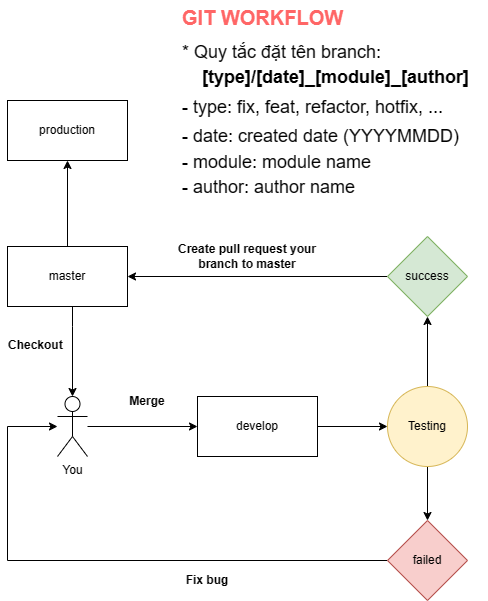
Above: assets/git_workflow.drawio.png in CuTrung/directory-structure (draw.io), before the change. Source tidied: cells renumbered, new cells last; positions are measured from the earlier drawing's top-left corner, leaving out a move shared by most shapes. The source it was exported from:
```xml
<mxGraphModel background="#ffffff">
  <root>
    <mxCell id="0" />
    <mxCell id="1" parent="0" />
    <mxCell id="2" style="edgeStyle=orthogonalEdgeStyle;rounded=0;jettySize=auto;html=1;" parent="1" edge="1" source="4" target="6">
      <mxGeometry relative="1" as="geometry">
        <Array as="points">
          <mxPoint x="65" y="316" />
          <mxPoint x="65" y="316" />
        </Array>
      </mxGeometry>
    </mxCell>
    <mxCell id="3" style="edgeStyle=orthogonalEdgeStyle;rounded=0;jettySize=auto;html=1;" parent="1" edge="1" source="4" target="17">
      <mxGeometry relative="1" as="geometry" />
    </mxCell>
    <mxCell id="4" value="master" style="rounded=0;whiteSpace=wrap;html=1;" parent="1" vertex="1">
      <mxGeometry y="236" width="120" height="60" as="geometry" />
    </mxCell>
    <mxCell id="5" style="edgeStyle=orthogonalEdgeStyle;rounded=0;jettySize=auto;html=1;" parent="1" edge="1" source="6" target="9">
      <mxGeometry relative="1" as="geometry" />
    </mxCell>
    <mxCell id="6" value="You" style="shape=umlActor;verticalLabelPosition=bottom;verticalAlign=top;html=1;outlineConnect=0;" parent="1" vertex="1">
      <mxGeometry x="50" y="386" width="30" height="60" as="geometry" />
    </mxCell>
    <mxCell id="7" value="Checkout&amp;nbsp;" style="text;html=1;strokeColor=none;fillColor=none;align=center;verticalAlign=middle;whiteSpace=wrap;rounded=0;fontStyle=1;" parent="1" vertex="1">
      <mxGeometry y="320" width="60" height="30" as="geometry" />
    </mxCell>
    <mxCell id="8" style="edgeStyle=orthogonalEdgeStyle;rounded=0;jettySize=auto;html=1;" parent="1" edge="1" source="9" target="20">
      <mxGeometry relative="1" as="geometry" />
    </mxCell>
    <mxCell id="9" value="develop" style="rounded=0;whiteSpace=wrap;html=1;" parent="1" vertex="1">
      <mxGeometry x="190" y="386" width="120" height="60" as="geometry" />
    </mxCell>
    <mxCell id="10" value="Merge" style="text;html=1;strokeColor=none;fillColor=none;align=center;verticalAlign=middle;whiteSpace=wrap;rounded=0;fontStyle=1;" parent="1" vertex="1">
      <mxGeometry x="110" y="376" width="60" height="30" as="geometry" />
    </mxCell>
    <mxCell id="11" style="edgeStyle=orthogonalEdgeStyle;rounded=0;jettySize=auto;html=1;entryX=1;entryY=0.5;entryDx=0;entryDy=0;" parent="1" edge="1" source="12" target="4">
      <mxGeometry relative="1" as="geometry" />
    </mxCell>
    <mxCell id="12" value="success" style="rhombus;whiteSpace=wrap;html=1;fillColor=#d5e8d4;strokeColor=#82b366;" parent="1" vertex="1">
      <mxGeometry x="380" y="226" width="80" height="80" as="geometry" />
    </mxCell>
    <mxCell id="13" value="Create pull request your branch to master" style="text;html=1;align=center;verticalAlign=middle;whiteSpace=wrap;rounded=0;labelBorderColor=none;strokeWidth=1;perimeterSpacing=1;spacingTop=0;shadow=0;fontStyle=1;" parent="1" vertex="1">
      <mxGeometry x="160" y="226" width="160" height="40" as="geometry" />
    </mxCell>
    <mxCell id="14" style="edgeStyle=orthogonalEdgeStyle;rounded=0;jettySize=auto;html=1;" parent="1" edge="1" source="15" target="6">
      <mxGeometry relative="1" as="geometry">
        <Array as="points">
          <mxPoint y="550" />
          <mxPoint y="416" />
        </Array>
      </mxGeometry>
    </mxCell>
    <mxCell id="15" value="failed" style="rhombus;whiteSpace=wrap;html=1;fillColor=#f8cecc;strokeColor=#b85450;" parent="1" vertex="1">
      <mxGeometry x="380" y="510" width="80" height="80" as="geometry" />
    </mxCell>
    <mxCell id="16" value="Fix bug" style="text;html=1;strokeColor=none;fillColor=none;align=center;verticalAlign=middle;whiteSpace=wrap;rounded=0;fontStyle=1;" parent="1" vertex="1">
      <mxGeometry x="120" y="550" width="160" height="40" as="geometry" />
    </mxCell>
    <mxCell id="17" value="production" style="rounded=0;whiteSpace=wrap;html=1;" parent="1" vertex="1">
      <mxGeometry y="90" width="120" height="60" as="geometry" />
    </mxCell>
    <mxCell id="18" style="edgeStyle=orthogonalEdgeStyle;rounded=0;jettySize=auto;html=1;entryX=0.5;entryY=0;entryDx=0;entryDy=0;" parent="1" edge="1" source="20" target="15">
      <mxGeometry relative="1" as="geometry" />
    </mxCell>
    <mxCell id="19" style="edgeStyle=orthogonalEdgeStyle;rounded=0;jettySize=auto;html=1;entryX=0.5;entryY=1;entryDx=0;entryDy=0;" parent="1" edge="1" source="20" target="12">
      <mxGeometry relative="1" as="geometry" />
    </mxCell>
    <mxCell id="20" value="Testing" style="ellipse;whiteSpace=wrap;html=1;fillColor=#fff2cc;strokeColor=#d6b656;" parent="1" vertex="1">
      <mxGeometry x="380" y="376" width="80" height="80" as="geometry" />
    </mxCell>
    <mxCell id="21" value="&lt;p style=&quot;line-height: 128%;&quot;&gt;&lt;/p&gt;&lt;h3 style=&quot;line-height: 70%;&quot;&gt;&lt;font color=&quot;#ff6666&quot; style=&quot;font-size: 20px;&quot;&gt;GIT WORKFLOW&lt;/font&gt;&lt;/h3&gt;&lt;div style=&quot;font-size: 18px; line-height: 140%;&quot;&gt;&lt;font style=&quot;font-size: 18px;&quot;&gt;* Quy tắc đặt tên branch:&lt;/font&gt;&lt;/div&gt;&lt;div style=&quot;font-size: 18px; line-height: 140%;&quot;&gt;&lt;font style=&quot;font-size: 18px;&quot;&gt;&lt;span style=&quot;&quot;&gt;&lt;span style=&quot;white-space: pre;&quot;&gt;&amp;nbsp;&amp;nbsp;&amp;nbsp;&amp;nbsp;&lt;/span&gt;&lt;/span&gt;&lt;b&gt;[type]/[date]_[module]_[author]&lt;/b&gt;&lt;/font&gt;&lt;/div&gt;&lt;div style=&quot;font-size: 18px; line-height: 190%;&quot;&gt;&lt;span style=&quot;background-color: initial;&quot;&gt;- type: fix, feat, refactor, hotfix, ...&lt;/span&gt;&lt;br&gt;&lt;/div&gt;&lt;div style=&quot;font-size: 18px; line-height: 140%;&quot;&gt;&lt;font style=&quot;font-size: 18px;&quot;&gt;- date: created date (YYYYMMDD)&lt;br&gt;&lt;/font&gt;&lt;/div&gt;&lt;div style=&quot;font-size: 18px; line-height: 140%;&quot;&gt;&lt;font style=&quot;font-size: 18px;&quot;&gt;- module: module name&lt;/font&gt;&lt;/div&gt;&lt;div style=&quot;font-size: 18px; line-height: 140%;&quot;&gt;&lt;font style=&quot;font-size: 18px;&quot;&gt;- author: author name&lt;/font&gt;&lt;/div&gt;&lt;div style=&quot;font-size: 18px; line-height: 140%;&quot;&gt;&lt;br&gt;&lt;/div&gt;&lt;div style=&quot;line-height: 140%;&quot;&gt;&lt;br&gt;&lt;/div&gt;&lt;p&gt;&lt;/p&gt;" style="text;html=1;strokeColor=none;fillColor=none;spacing=5;spacingTop=-20;whiteSpace=wrap;overflow=hidden;rounded=0;" parent="1" vertex="1">
      <mxGeometry x="170" width="310" height="194" as="geometry" />
    </mxCell>
  </root>
</mxGraphModel>
```
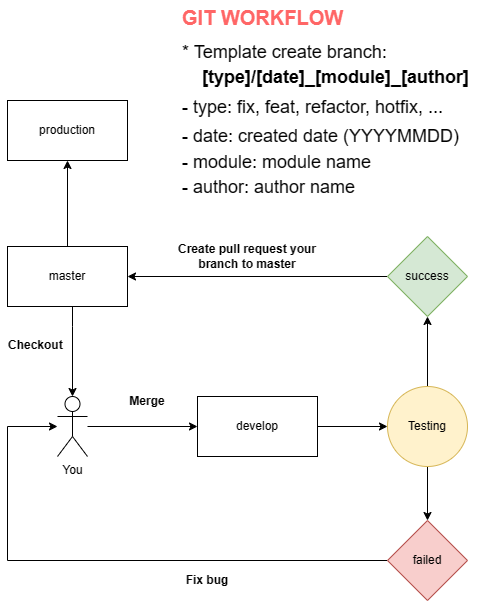
The same diagram one commit later.

Commit message:
chore: update git workflow

Change to the diagram source:
```diff
@@ -69,7 +69,7 @@
     <mxCell id="20" value="Testing" style="ellipse;whiteSpace=wrap;html=1;fillColor=#fff2cc;strokeColor=#d6b656;" parent="1" vertex="1">
       <mxGeometry x="380" y="376" width="80" height="80" as="geometry" />
     </mxCell>
-    <mxCell id="21" value="&lt;p style=&quot;line-height: 128%;&quot;&gt;&lt;/p&gt;&lt;h3 style=&quot;line-height: 70%;&quot;&gt;&lt;font color=&quot;#ff6666&quot; style=&quot;font-size: 20px;&quot;&gt;GIT WORKFLOW&lt;/font&gt;&lt;/h3&gt;&lt;div style=&quot;font-size: 18px; line-height: 140%;&quot;&gt;&lt;font style=&quot;font-size: 18px;&quot;&gt;* Quy tắc đặt tên branch:&lt;/font&gt;&lt;/div&gt;&lt;div style=&quot;font-size: 18px; line-height: 140%;&quot;&gt;&lt;font style=&quot;font-size: 18px;&quot;&gt;&lt;span style=&quot;&quot;&gt;&lt;span style=&quot;white-space: pre;&quot;&gt;&amp;nbsp;&amp;nbsp;&amp;nbsp;&amp;nbsp;&lt;/span&gt;&lt;/span&gt;&lt;b&gt;[type]/[date]_[module]_[author]&lt;/b&gt;&lt;/font&gt;&lt;/div&gt;&lt;div style=&quot;font-size: 18px; line-height: 190%;&quot;&gt;&lt;span style=&quot;background-color: initial;&quot;&gt;- type: fix, feat, refactor, hotfix, ...&lt;/span&gt;&lt;br&gt;&lt;/div&gt;&lt;div style=&quot;font-size: 18px; line-height: 140%;&quot;&gt;&lt;font style=&quot;font-size: 18px;&quot;&gt;- date: created date (YYYYMMDD)&lt;br&gt;&lt;/font&gt;&lt;/div&gt;&lt;div style=&quot;font-size: 18px; line-height: 140%;&quot;&gt;&lt;font style=&quot;font-size: 18px;&quot;&gt;- module: module name&lt;/font&gt;&lt;/div&gt;&lt;div style=&quot;font-size: 18px; line-height: 140%;&quot;&gt;&lt;font style=&quot;font-size: 18px;&quot;&gt;- author: author name&lt;/font&gt;&lt;/div&gt;&lt;div style=&quot;font-size: 18px; line-height: 140%;&quot;&gt;&lt;br&gt;&lt;/div&gt;&lt;div style=&quot;line-height: 140%;&quot;&gt;&lt;br&gt;&lt;/div&gt;&lt;p&gt;&lt;/p&gt;" style="text;html=1;strokeColor=none;fillColor=none;spacing=5;spacingTop=-20;whiteSpace=wrap;overflow=hidden;rounded=0;" parent="1" vertex="1">
+    <mxCell id="21" value="&lt;p style=&quot;line-height: 128%;&quot;&gt;&lt;/p&gt;&lt;h3 style=&quot;line-height: 70%;&quot;&gt;&lt;font color=&quot;#ff6666&quot; style=&quot;font-size: 20px;&quot;&gt;GIT WORKFLOW&lt;/font&gt;&lt;/h3&gt;&lt;div style=&quot;font-size: 18px; line-height: 140%;&quot;&gt;&lt;font style=&quot;font-size: 18px;&quot;&gt;* Template create branch:&lt;/font&gt;&lt;/div&gt;&lt;div style=&quot;font-size: 18px; line-height: 140%;&quot;&gt;&lt;font style=&quot;font-size: 18px;&quot;&gt;&lt;span style=&quot;&quot;&gt;&lt;span style=&quot;white-space: pre;&quot;&gt;&amp;nbsp;&amp;nbsp;&amp;nbsp;&amp;nbsp;&lt;/span&gt;&lt;/span&gt;&lt;b&gt;[type]/[date]_[module]_[author]&lt;/b&gt;&lt;/font&gt;&lt;/div&gt;&lt;div style=&quot;font-size: 18px; line-height: 190%;&quot;&gt;&lt;span style=&quot;background-color: initial;&quot;&gt;- type: fix, feat, refactor, hotfix, ...&lt;/span&gt;&lt;br&gt;&lt;/div&gt;&lt;div style=&quot;font-size: 18px; line-height: 140%;&quot;&gt;&lt;font style=&quot;font-size: 18px;&quot;&gt;- date: created date (YYYYMMDD)&lt;br&gt;&lt;/font&gt;&lt;/div&gt;&lt;div style=&quot;font-size: 18px; line-height: 140%;&quot;&gt;&lt;font style=&quot;font-size: 18px;&quot;&gt;- module: module name&lt;/font&gt;&lt;/div&gt;&lt;div style=&quot;font-size: 18px; line-height: 140%;&quot;&gt;&lt;font style=&quot;font-size: 18px;&quot;&gt;- author: author name&lt;/font&gt;&lt;/div&gt;&lt;div style=&quot;font-size: 18px; line-height: 140%;&quot;&gt;&lt;br&gt;&lt;/div&gt;&lt;div style=&quot;line-height: 140%;&quot;&gt;&lt;br&gt;&lt;/div&gt;&lt;p&gt;&lt;/p&gt;" style="text;html=1;strokeColor=none;fillColor=none;spacing=5;spacingTop=-20;whiteSpace=wrap;overflow=hidden;rounded=0;" parent="1" vertex="1">
       <mxGeometry x="170" width="310" height="194" as="geometry" />
     </mxCell>
   </root>
```
